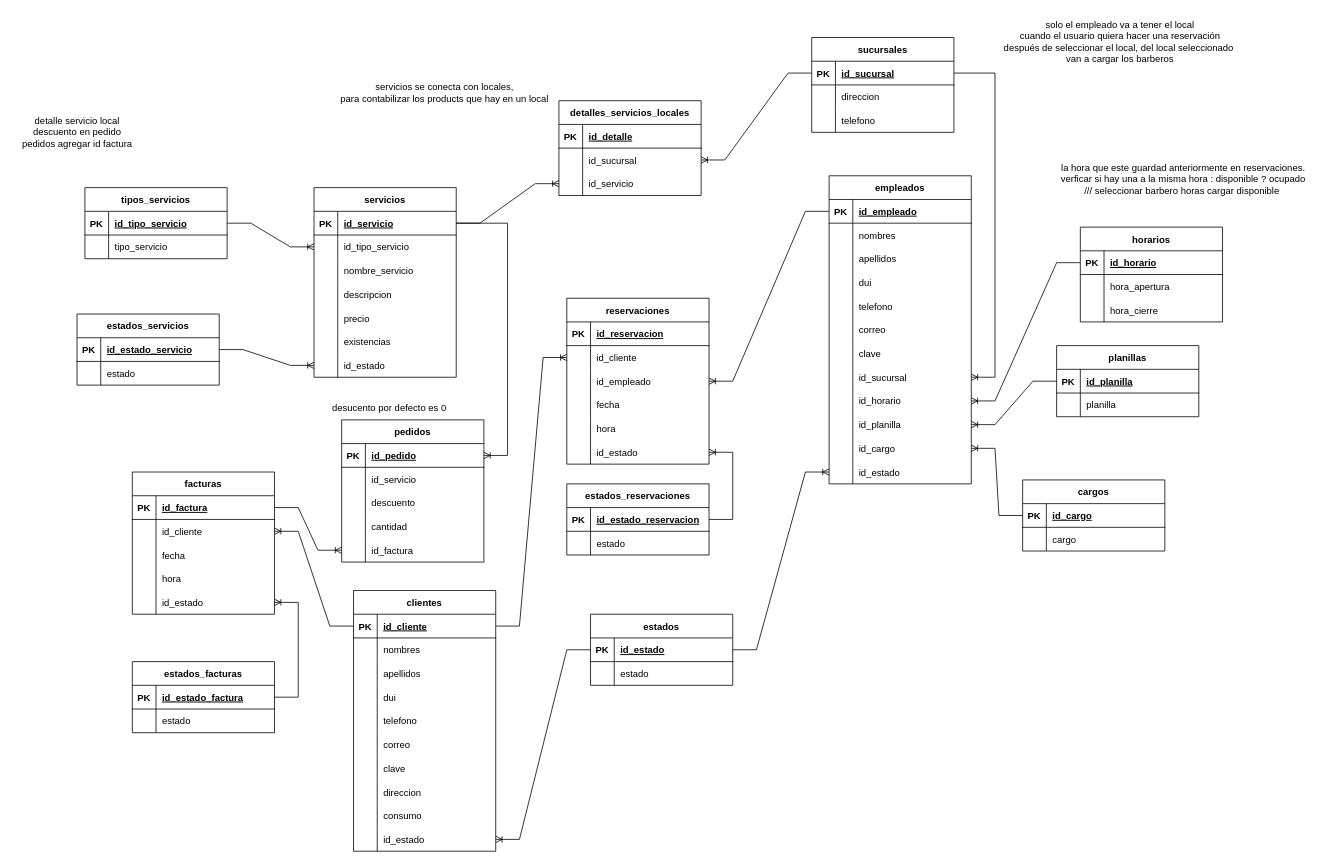
Before: page "Modelo Lógico" (2 of 3) of Diagrama conceptual )1(.drawio in BerryBGoode/Makers_dev, a draw.io diagram. Source tidied: cells renumbered, new cells numbered last; positions are measured from the earlier drawing's top-left corner, leaving out a move shared by most shapes. Both pictures are drawn from the tidied source at 79%, with x=0, y=0 at pixel (13, 13).
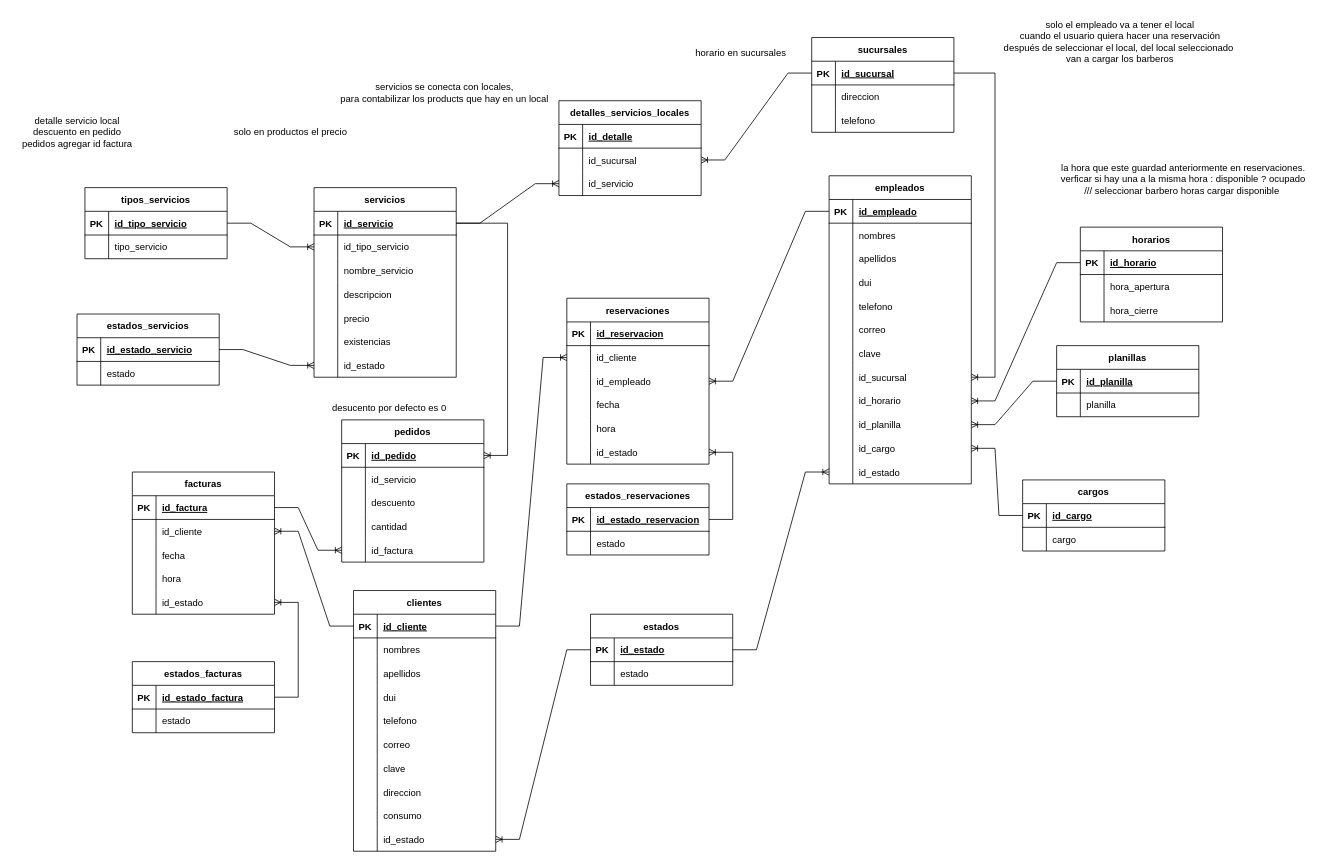
After the change.

What changed in the source:
```diff
@@
+    <mxCell id="244" value="horario en sucursales" style="text;html=1;align=center;verticalAlign=middle;strokeColor=none;fillColor=none;" parent="1" vertex="1">
+      <mxGeometry x="850" y="35" width="140" height="30" as="geometry" />
+    </mxCell>
+    <mxCell id="245" value="solo en productos el precio" style="text;html=1;align=center;verticalAlign=middle;strokeColor=none;fillColor=none;" parent="1" vertex="1">
+      <mxGeometry x="265" y="135" width="170" height="30" as="geometry" />
+    </mxCell>
```
